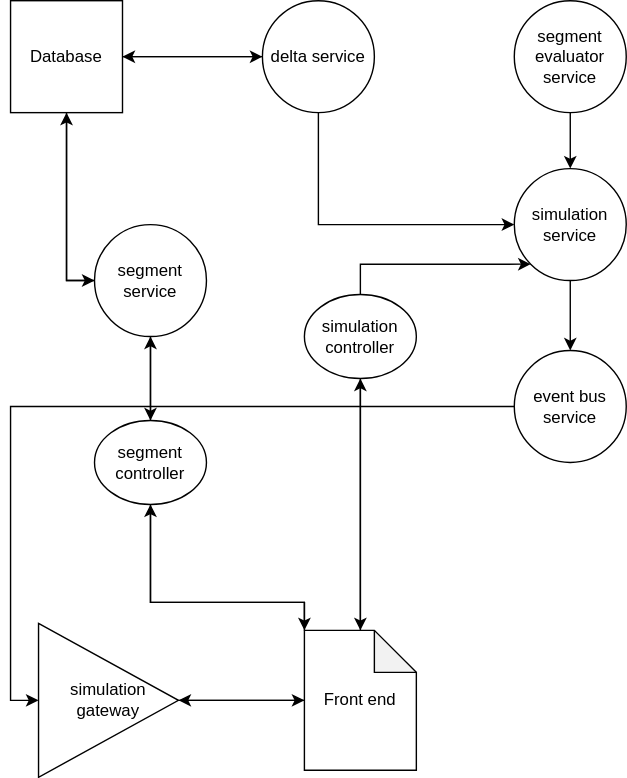
The draw.io diagram docs/optio api diagram.svg in GigaJachvadze/optio, before a commit. Source tidied: cells renumbered, new cells last; positions are measured from the earlier drawing's top-left corner, leaving out a move shared by most shapes. Its diagram source:
```xml
<mxGraphModel>
  <root>
    <mxCell id="0" />
    <mxCell id="1" parent="0" />
    <mxCell id="2" style="edgeStyle=orthogonalEdgeStyle;rounded=0;jettySize=auto;html=1;entryX=0;entryY=0.5;entryDx=0;entryDy=0;" parent="1" edge="1" source="4" target="17">
      <mxGeometry relative="1" as="geometry">
        <Array as="points">
          <mxPoint x="40" y="200" />
        </Array>
      </mxGeometry>
    </mxCell>
    <mxCell id="3" style="edgeStyle=orthogonalEdgeStyle;rounded=0;jettySize=auto;html=1;" parent="1" edge="1" source="4" target="7">
      <mxGeometry relative="1" as="geometry" />
    </mxCell>
    <mxCell id="4" value="Database" style="whiteSpace=wrap;html=1;" parent="1" vertex="1">
      <mxGeometry width="80" height="80" as="geometry" />
    </mxCell>
    <mxCell id="5" style="edgeStyle=orthogonalEdgeStyle;rounded=0;jettySize=auto;html=1;" parent="1" edge="1" source="7" target="4">
      <mxGeometry relative="1" as="geometry" />
    </mxCell>
    <mxCell id="6" style="edgeStyle=orthogonalEdgeStyle;rounded=0;jettySize=auto;html=1;entryX=0;entryY=0.5;entryDx=0;entryDy=0;" parent="1" edge="1" source="7" target="13">
      <mxGeometry relative="1" as="geometry">
        <Array as="points">
          <mxPoint x="220" y="160" />
        </Array>
      </mxGeometry>
    </mxCell>
    <mxCell id="7" value="delta service" style="ellipse;whiteSpace=wrap;html=1;" parent="1" vertex="1">
      <mxGeometry x="180" width="80" height="80" as="geometry" />
    </mxCell>
    <mxCell id="8" style="edgeStyle=orthogonalEdgeStyle;rounded=0;jettySize=auto;html=1;entryX=0;entryY=0.5;entryDx=0;entryDy=0;" parent="1" edge="1" source="9" target="14">
      <mxGeometry relative="1" as="geometry" />
    </mxCell>
    <mxCell id="9" value="event bus service" style="ellipse;whiteSpace=wrap;html=1;" parent="1" vertex="1">
      <mxGeometry x="360" y="250" width="80" height="80" as="geometry" />
    </mxCell>
    <mxCell id="10" style="edgeStyle=orthogonalEdgeStyle;rounded=0;jettySize=auto;html=1;entryX=0.5;entryY=0;entryDx=0;entryDy=0;" parent="1" edge="1" source="11" target="13">
      <mxGeometry relative="1" as="geometry" />
    </mxCell>
    <mxCell id="11" value="segment evaluator&lt;div&gt;service&lt;/div&gt;" style="ellipse;whiteSpace=wrap;html=1;" parent="1" vertex="1">
      <mxGeometry x="360" width="80" height="80" as="geometry" />
    </mxCell>
    <mxCell id="12" style="edgeStyle=orthogonalEdgeStyle;rounded=0;jettySize=auto;html=1;" parent="1" edge="1" source="13" target="9">
      <mxGeometry relative="1" as="geometry" />
    </mxCell>
    <mxCell id="13" value="simulation service" style="ellipse;whiteSpace=wrap;html=1;" parent="1" vertex="1">
      <mxGeometry x="360" y="120" width="80" height="80" as="geometry" />
    </mxCell>
    <mxCell id="14" value="simulation gateway" style="triangle;whiteSpace=wrap;html=1;rotation=0;" parent="1" vertex="1">
      <mxGeometry x="20" y="445" width="100" height="110" as="geometry" />
    </mxCell>
    <mxCell id="15" style="edgeStyle=orthogonalEdgeStyle;rounded=0;jettySize=auto;html=1;entryX=0.5;entryY=1;entryDx=0;entryDy=0;" parent="1" edge="1" source="17" target="4">
      <mxGeometry relative="1" as="geometry">
        <Array as="points">
          <mxPoint x="40" y="200" />
        </Array>
      </mxGeometry>
    </mxCell>
    <mxCell id="16" style="edgeStyle=orthogonalEdgeStyle;rounded=0;jettySize=auto;html=1;entryX=0.5;entryY=0;entryDx=0;entryDy=0;" parent="1" edge="1" source="17" target="27">
      <mxGeometry relative="1" as="geometry" />
    </mxCell>
    <mxCell id="17" value="segment service" style="ellipse;whiteSpace=wrap;html=1;" parent="1" vertex="1">
      <mxGeometry x="60" y="160" width="80" height="80" as="geometry" />
    </mxCell>
    <mxCell id="18" style="edgeStyle=orthogonalEdgeStyle;rounded=0;jettySize=auto;html=1;" parent="1" edge="1" source="21" target="14">
      <mxGeometry relative="1" as="geometry" />
    </mxCell>
    <mxCell id="19" style="edgeStyle=orthogonalEdgeStyle;rounded=0;jettySize=auto;html=1;entryX=0.5;entryY=1;entryDx=0;entryDy=0;" parent="1" edge="1" source="21" target="24">
      <mxGeometry relative="1" as="geometry" />
    </mxCell>
    <mxCell id="20" style="edgeStyle=orthogonalEdgeStyle;rounded=0;jettySize=auto;html=1;entryX=0.5;entryY=1;entryDx=0;entryDy=0;exitX=0;exitY=0;exitDx=0;exitDy=0;exitPerimeter=0;" parent="1" edge="1" source="21" target="27">
      <mxGeometry relative="1" as="geometry">
        <Array as="points">
          <mxPoint x="210" y="430" />
          <mxPoint x="100" y="430" />
        </Array>
      </mxGeometry>
    </mxCell>
    <mxCell id="21" value="Front end" style="shape=note;whiteSpace=wrap;html=1;backgroundOutline=1;darkOpacity=0.05;" parent="1" vertex="1">
      <mxGeometry x="210" y="450" width="80" height="100" as="geometry" />
    </mxCell>
    <mxCell id="22" style="edgeStyle=orthogonalEdgeStyle;rounded=0;jettySize=auto;html=1;entryX=0;entryY=0.5;entryDx=0;entryDy=0;entryPerimeter=0;" parent="1" edge="1" source="14" target="21">
      <mxGeometry relative="1" as="geometry">
        <Array as="points">
          <mxPoint x="160" y="500" />
          <mxPoint x="160" y="500" />
        </Array>
      </mxGeometry>
    </mxCell>
    <mxCell id="23" style="edgeStyle=orthogonalEdgeStyle;rounded=0;jettySize=auto;html=1;entryX=0;entryY=1;entryDx=0;entryDy=0;" parent="1" edge="1" source="24" target="13">
      <mxGeometry relative="1" as="geometry">
        <Array as="points">
          <mxPoint x="250" y="188" />
        </Array>
      </mxGeometry>
    </mxCell>
    <mxCell id="24" value="simulation controller" style="ellipse;whiteSpace=wrap;html=1;" parent="1" vertex="1">
      <mxGeometry x="210" y="210" width="80" height="60" as="geometry" />
    </mxCell>
    <mxCell id="25" style="edgeStyle=orthogonalEdgeStyle;rounded=0;jettySize=auto;html=1;entryX=0.5;entryY=0;entryDx=0;entryDy=0;entryPerimeter=0;" parent="1" edge="1" source="24" target="21">
      <mxGeometry relative="1" as="geometry" />
    </mxCell>
    <mxCell id="26" style="edgeStyle=orthogonalEdgeStyle;rounded=0;jettySize=auto;html=1;entryX=0.5;entryY=1;entryDx=0;entryDy=0;" parent="1" edge="1" source="27" target="17">
      <mxGeometry relative="1" as="geometry" />
    </mxCell>
    <mxCell id="27" value="segment controller" style="ellipse;whiteSpace=wrap;html=1;" parent="1" vertex="1">
      <mxGeometry x="60" y="300" width="80" height="60" as="geometry" />
    </mxCell>
    <mxCell id="28" style="edgeStyle=orthogonalEdgeStyle;rounded=0;jettySize=auto;html=1;entryX=0;entryY=0;entryDx=0;entryDy=0;entryPerimeter=0;" parent="1" edge="1" source="27" target="21">
      <mxGeometry relative="1" as="geometry">
        <Array as="points">
          <mxPoint x="100" y="430" />
          <mxPoint x="210" y="430" />
        </Array>
      </mxGeometry>
    </mxCell>
  </root>
</mxGraphModel>
```
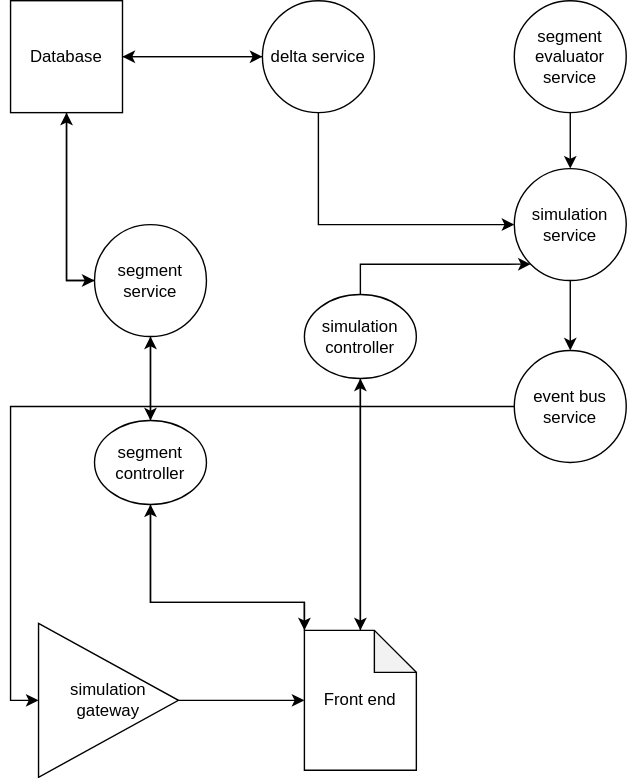
Above is the later version.

The edit, as a diff of the source:
```diff
@@ -62,9 +62,6 @@
     <mxCell id="17" value="segment service" style="ellipse;whiteSpace=wrap;html=1;" parent="1" vertex="1">
       <mxGeometry x="60" y="160" width="80" height="80" as="geometry" />
     </mxCell>
-    <mxCell id="18" style="edgeStyle=orthogonalEdgeStyle;rounded=0;jettySize=auto;html=1;" parent="1" edge="1" source="21" target="14">
-      <mxGeometry relative="1" as="geometry" />
-    </mxCell>
     <mxCell id="19" style="edgeStyle=orthogonalEdgeStyle;rounded=0;jettySize=auto;html=1;entryX=0.5;entryY=1;entryDx=0;entryDy=0;" parent="1" edge="1" source="21" target="24">
       <mxGeometry relative="1" as="geometry" />
     </mxCell>
```
